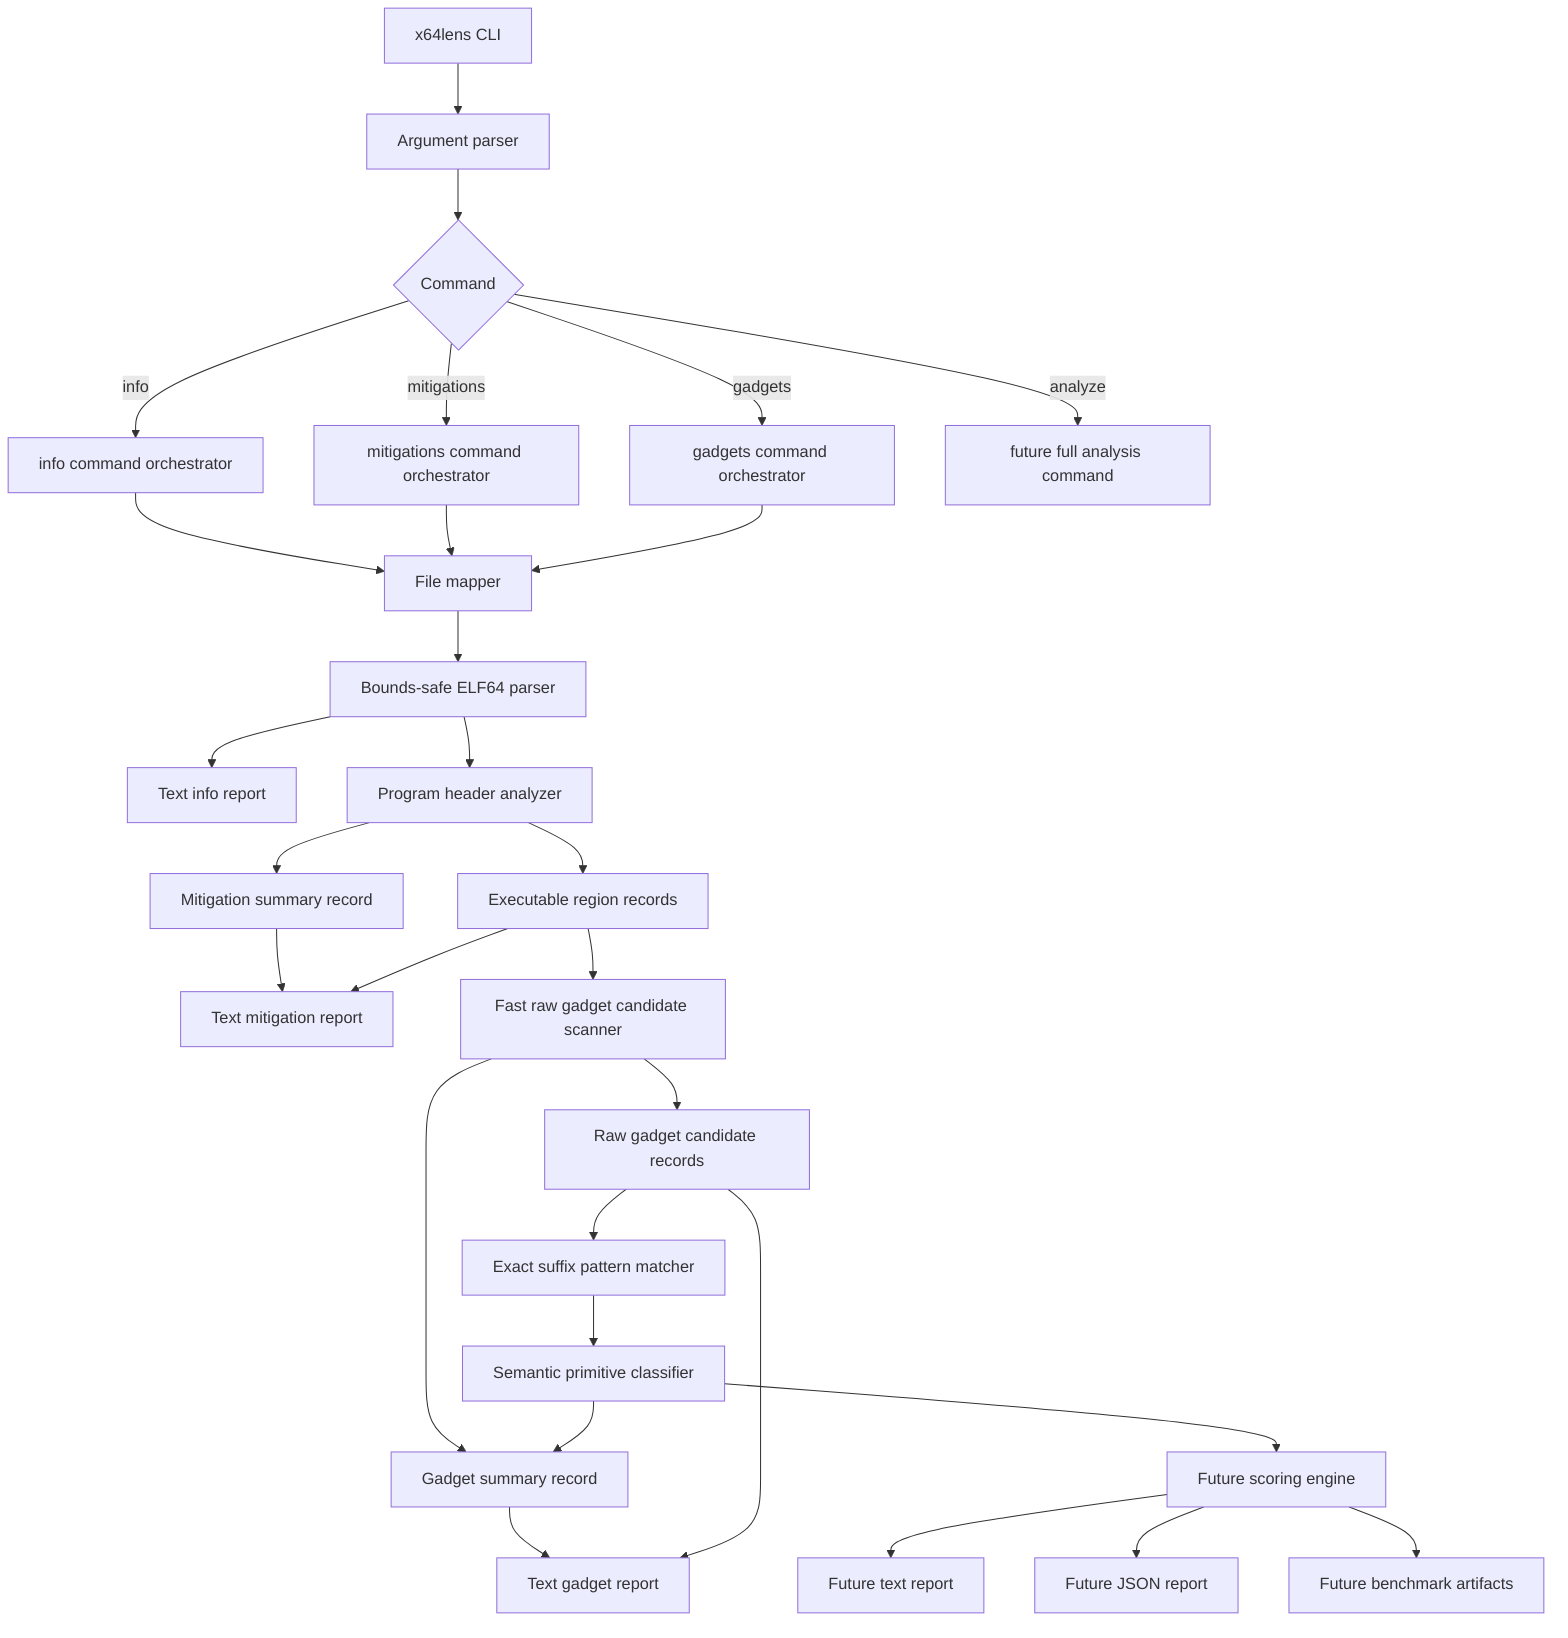
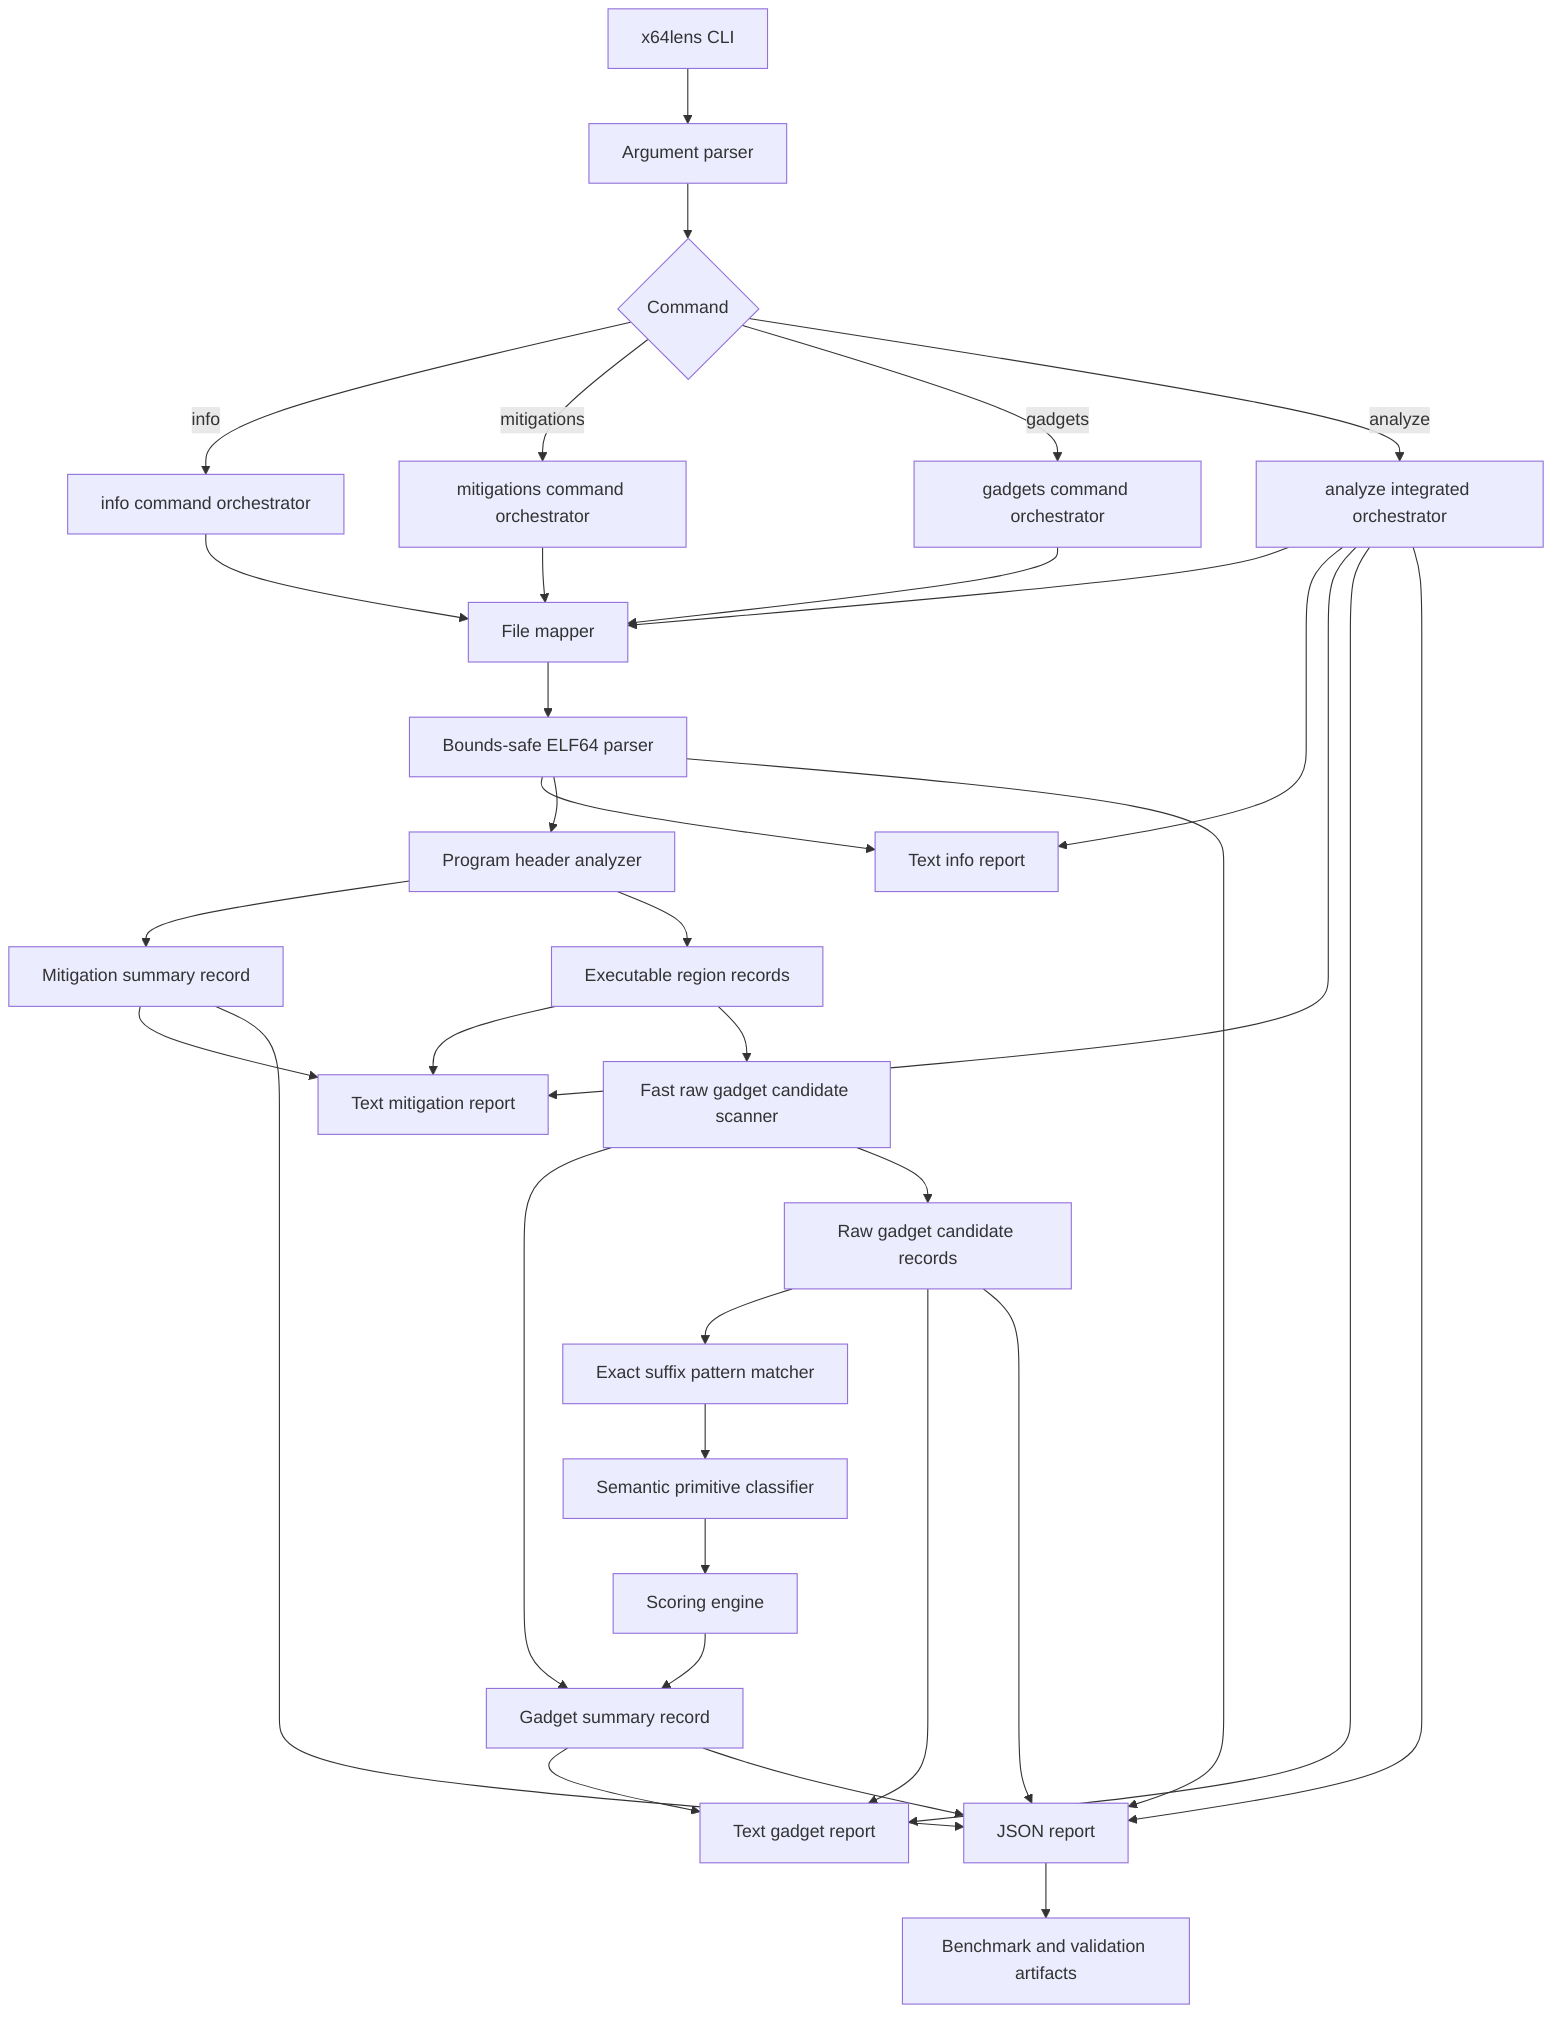
flowchart TD
    A[x64lens CLI] --> B[Argument parser]
    B --> C{Command}

    C -->|info| D[info command orchestrator]
    C -->|mitigations| M[mitigations command orchestrator]
    C -->|gadgets| G[gadgets command orchestrator]
-     C -->|analyze| FUT2[future full analysis command]
+     C -->|analyze| AN[analyze integrated orchestrator]

    D --> FM[File mapper]
    M --> FM
    G --> FM
+     AN --> FM
    FM --> ELF[Bounds-safe ELF64 parser]

    ELF --> IR[Text info report]
    ELF --> PH[Program header analyzer]
    PH --> MR[Mitigation summary record]
    PH --> ER[Executable region records]
    MR --> MTR[Text mitigation report]
    ER --> MTR

    ER --> SC[Fast raw gadget candidate scanner]
    SC --> GS[Gadget summary record]
    SC --> GR[Raw gadget candidate records]
    GR --> PT[Exact suffix pattern matcher]
    PT --> CL[Semantic primitive classifier]
-     CL --> GS
+     CL --> SCORE[Scoring engine]
+     SCORE --> GS
+ 
    GS --> GTR[Text gadget report]
    GR --> GTR
+     GS --> JSON[JSON report]
+     GR --> JSON
+     MR --> JSON
+     ELF --> JSON

-     CL --> SO[Future scoring engine]
-     SO --> TXT[Future text report]
-     SO --> JSON[Future JSON report]
-     SO --> BENCH[Future benchmark artifacts]
+     AN --> IR
+     AN --> MTR
+     AN --> GTR
+     AN --> JSON
+ 
+     JSON --> BENCH[Benchmark and validation artifacts]
